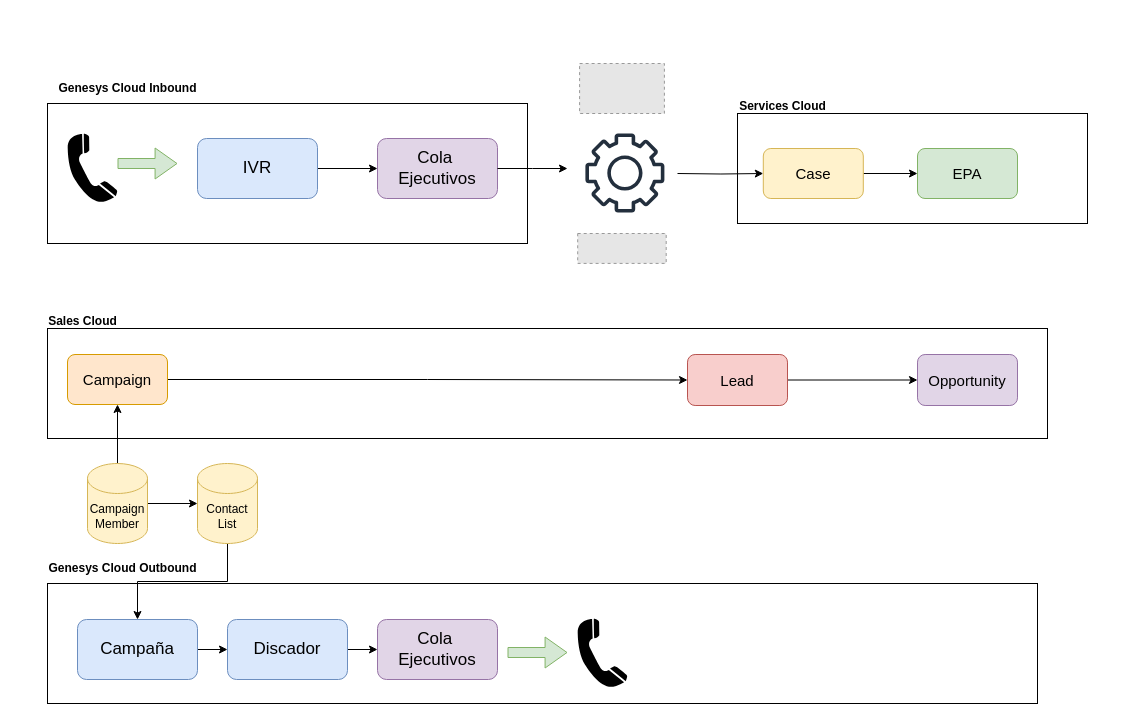
The draw.io diagram ppt.drawio in nonate/personalProject, before the edit. Source tidied: cells renumbered, new cells numbered last; positions are measured from the earlier drawing's top-left corner, leaving out a move shared by most shapes. Both pictures are drawn from the tidied source at 100%, with x=0, y=0 at pixel (37, 63). Pictures stored in the file or linked from it are replaced by grey dashed boxes.
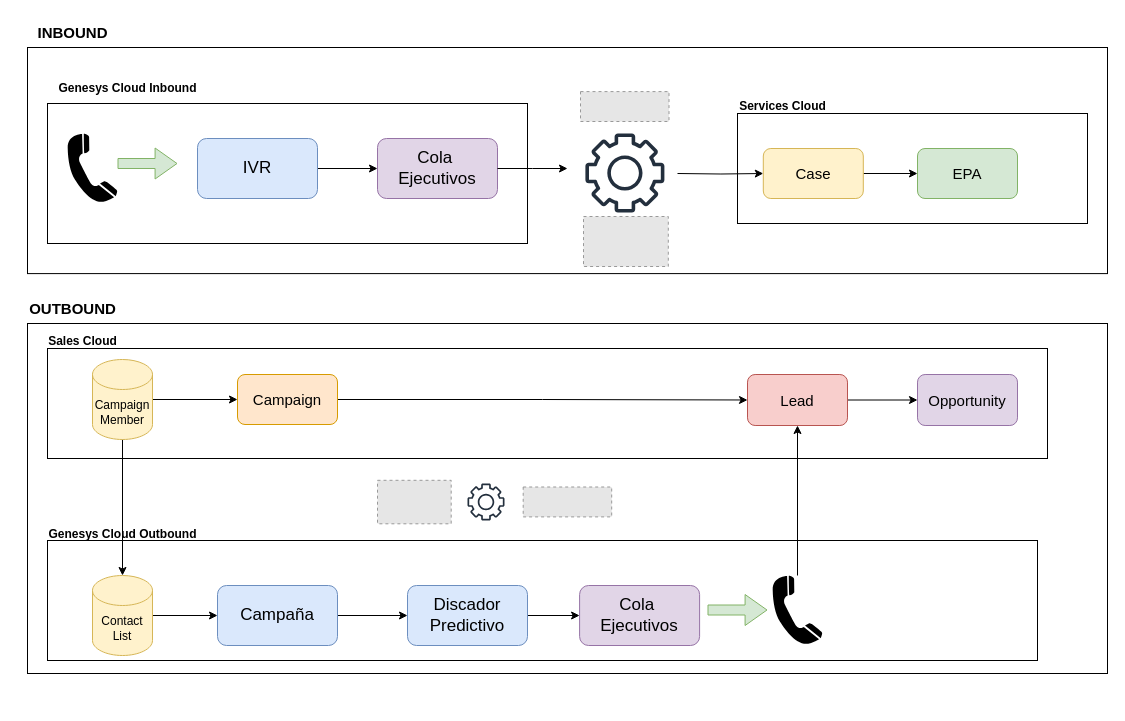
The same page after the edit.

Change to the diagram source:
```diff
@@
+    <mxCell id="40" style="rounded=0;whiteSpace=wrap;html=1;" parent="1" vertex="1">
+      <mxGeometry x="-10" y="-16" width="1080" height="226.1" as="geometry" />
+    </mxCell>
+    <mxCell id="41" style="rounded=0;whiteSpace=wrap;html=1;" parent="1" vertex="1">
+      <mxGeometry x="-10" y="260" width="1080" height="350" as="geometry" />
+    </mxCell>
     <mxCell id="2" style="rounded=0;whiteSpace=wrap;html=1;" parent="1" vertex="1">
-      <mxGeometry x="10" y="265" width="1000" height="110" as="geometry" />
+      <mxGeometry x="10" y="285" width="1000" height="110" as="geometry" />
     </mxCell>
@@
     <mxCell id="5" style="rounded=0;whiteSpace=wrap;html=1;" parent="1" vertex="1">
-      <mxGeometry x="10" y="520" width="990" height="120" as="geometry" />
+      <mxGeometry x="10" y="477" width="990" height="120" as="geometry" />
     </mxCell>
+    <mxCell id="42" style="edgeStyle=orthogonalEdgeStyle;rounded=0;jettySize=auto;html=1;entryX=0.5;entryY=1;entryDx=0;entryDy=0;" parent="1" edge="1" source="6" target="23">
+      <mxGeometry relative="1" as="geometry" />
+    </mxCell>
     <mxCell id="6" style="shape=mxgraph.signs.tech.telephone_3;html=1;fillColor=#000000;strokeColor=none;verticalLabelPosition=bottom;verticalAlign=top;align=center;" parent="1" vertex="1">
-      <mxGeometry x="540" y="555" width="50" height="70" as="geometry" />
+      <mxGeometry x="735" y="512" width="50" height="70" as="geometry" />
     </mxCell>
@@
     <mxCell id="9" value="&lt;b&gt;Genesys Cloud Outbound&lt;/b&gt;" style="text;html=1;align=center;verticalAlign=middle;strokeColor=none;fillColor=none;" parent="1" vertex="1">
-      <mxGeometry y="490" width="170" height="30" as="geometry" />
+      <mxGeometry y="456" width="170" height="30" as="geometry" />
     </mxCell>
     <mxCell id="10" style="shape=flexArrow;endArrow=classic;html=1;rounded=0;endWidth=20;endSize=6.97;fillColor=#d5e8d4;strokeColor=#82b366;" parent="1" edge="1">
       <mxGeometry relative="1" as="geometry">
-        <mxPoint x="470" y="589" as="sourcePoint" />
-        <mxPoint x="530" y="589" as="targetPoint" />
+        <mxPoint x="670" y="546.5" as="sourcePoint" />
+        <mxPoint x="730" y="546.5" as="targetPoint" />
       </mxGeometry>
     </mxCell>
@@
     <mxCell id="15" value="&lt;font style=&quot;font-size: 17px;&quot;&gt;Campaña&lt;/font&gt;" style="rounded=1;whiteSpace=wrap;html=1;fillColor=#dae8fc;strokeColor=#6c8ebf;" parent="1" vertex="1">
-      <mxGeometry x="40" y="556" width="120" height="60" as="geometry" />
+      <mxGeometry x="180" y="522" width="120" height="60" as="geometry" />
     </mxCell>
@@
-    <mxCell id="17" value="&lt;font style=&quot;font-size: 17px;&quot;&gt;Discador&lt;/font&gt;" style="rounded=1;whiteSpace=wrap;html=1;fillColor=#dae8fc;strokeColor=#6c8ebf;" parent="1" vertex="1">
-      <mxGeometry x="190" y="556" width="120" height="60" as="geometry" />
+    <mxCell id="17" value="&lt;font style=&quot;font-size: 17px;&quot;&gt;Discador&lt;br&gt;Predictivo&lt;br&gt;&lt;/font&gt;" style="rounded=1;whiteSpace=wrap;html=1;fillColor=#dae8fc;strokeColor=#6c8ebf;" parent="1" vertex="1">
+      <mxGeometry x="370" y="522" width="120" height="60" as="geometry" />
     </mxCell>
     <mxCell id="18" value="&lt;font style=&quot;font-size: 17px;&quot;&gt;Cola&amp;nbsp; Ejecutivos&lt;/font&gt;" style="rounded=1;whiteSpace=wrap;html=1;fillColor=#e1d5e7;strokeColor=#9673a6;" parent="1" vertex="1">
-      <mxGeometry x="340" y="556" width="120" height="60" as="geometry" />
+      <mxGeometry x="542.1" y="522" width="120" height="60" as="geometry" />
     </mxCell>
@@
     <mxCell id="21" value="&lt;font style=&quot;font-size: 15px;&quot;&gt;Campaign&lt;/font&gt;" style="rounded=1;whiteSpace=wrap;html=1;fillColor=#ffe6cc;strokeColor=#d79b00;" parent="1" vertex="1">
-      <mxGeometry x="30" y="291" width="100" height="50" as="geometry" />
+      <mxGeometry x="200" y="311" width="100" height="50" as="geometry" />
     </mxCell>
@@
     <mxCell id="23" value="&lt;font style=&quot;font-size: 15px;&quot;&gt;Lead&lt;/font&gt;" style="rounded=1;whiteSpace=wrap;html=1;fillColor=#f8cecc;strokeColor=#b85450;" parent="1" vertex="1">
-      <mxGeometry x="650" y="291" width="100" height="51" as="geometry" />
+      <mxGeometry x="710" y="311" width="100" height="51" as="geometry" />
     </mxCell>
     <mxCell id="24" value="&lt;font style=&quot;font-size: 15px;&quot;&gt;Opportunity&lt;/font&gt;" style="rounded=1;whiteSpace=wrap;html=1;fillColor=#e1d5e7;strokeColor=#9673a6;" parent="1" vertex="1">
-      <mxGeometry x="880" y="291" width="100" height="51" as="geometry" />
+      <mxGeometry x="880" y="311" width="100" height="51" as="geometry" />
     </mxCell>
@@
     <mxCell id="31" style="fillColor=#E6E6E6;strokeColor=#999999;dashed=1;verticalLabelPosition=bottom;labelBackgroundColor=default;verticalAlign=top;" parent="1" vertex="1">
-      <mxGeometry x="542.1" width="84.8" height="50" as="geometry" />
+      <mxGeometry x="546" y="153" width="84.8" height="50" as="geometry" />
     </mxCell>
     <mxCell id="32" style="fillColor=#E6E6E6;strokeColor=#999999;dashed=1;verticalLabelPosition=bottom;labelBackgroundColor=default;verticalAlign=top;" parent="1" vertex="1">
-      <mxGeometry x="540.2" y="170" width="88.5" height="29.9" as="geometry" />
+      <mxGeometry x="543" y="28.1" width="88.5" height="29.9" as="geometry" />
     </mxCell>
@@
     <mxCell id="34" value="&lt;b&gt;Sales Cloud&lt;/b&gt;" style="text;html=1;align=center;verticalAlign=middle;strokeColor=none;fillColor=none;" parent="1" vertex="1">
-      <mxGeometry y="243" width="90" height="30" as="geometry" />
+      <mxGeometry y="263" width="90" height="30" as="geometry" />
     </mxCell>
@@
-    <mxCell id="36" style="edgeStyle=orthogonalEdgeStyle;rounded=0;jettySize=auto;html=1;entryX=0;entryY=0.5;entryDx=0;entryDy=0;entryPerimeter=0;" parent="1" edge="1" source="37" target="39">
+    <mxCell id="36" style="edgeStyle=orthogonalEdgeStyle;rounded=0;jettySize=auto;html=1;" parent="1" edge="1" source="37" target="39">
       <mxGeometry relative="1" as="geometry" />
     </mxCell>
     <mxCell id="37" value="Campaign&lt;br&gt;Member" style="shape=cylinder3;whiteSpace=wrap;html=1;boundedLbl=1;backgroundOutline=1;size=15;fillColor=#fff2cc;strokeColor=#d6b656;" parent="1" vertex="1">
-      <mxGeometry x="50" y="400" width="60" height="80" as="geometry" />
+      <mxGeometry x="55" y="296" width="60" height="80" as="geometry" />
     </mxCell>
@@
     <mxCell id="39" value="Contact&lt;br&gt;List" style="shape=cylinder3;whiteSpace=wrap;html=1;boundedLbl=1;backgroundOutline=1;size=15;fillColor=#fff2cc;strokeColor=#d6b656;" parent="1" vertex="1">
-      <mxGeometry x="160" y="400" width="60" height="80" as="geometry" />
+      <mxGeometry x="55" y="512" width="60" height="80" as="geometry" />
     </mxCell>
+    <mxCell id="43" style="sketch=0;fontColor=#232F3E;gradientColor=none;fillColor=#232F3D;strokeColor=none;dashed=0;verticalLabelPosition=bottom;verticalAlign=top;align=center;html=1;fontSize=12;fontStyle=0;shape=mxgraph.aws4.gear;" parent="1" vertex="1">
+      <mxGeometry x="430" y="420" width="37" height="37" as="geometry" />
+    </mxCell>
+    <mxCell id="44" style="fillColor=#E6E6E6;strokeColor=#999999;dashed=1;verticalLabelPosition=bottom;labelBackgroundColor=default;verticalAlign=top;" parent="1" vertex="1">
+      <mxGeometry x="340" y="416.8" width="73.7" height="43.5" as="geometry" />
+    </mxCell>
+    <mxCell id="45" style="fillColor=#E6E6E6;strokeColor=#999999;dashed=1;verticalLabelPosition=bottom;labelBackgroundColor=default;verticalAlign=top;" parent="1" vertex="1">
+      <mxGeometry x="485.7" y="423.5" width="88.5" height="29.9" as="geometry" />
+    </mxCell>
+    <mxCell id="46" value="INBOUND" style="text;html=1;align=center;verticalAlign=middle;strokeColor=none;fillColor=none;fontStyle=1;fontSize=15;" parent="1" vertex="1">
+      <mxGeometry x="-10" y="-46" width="90" height="30" as="geometry" />
+    </mxCell>
+    <mxCell id="47" value="OUTBOUND" style="text;html=1;align=center;verticalAlign=middle;strokeColor=none;fillColor=none;fontStyle=1;fontSize=15;" parent="1" vertex="1">
+      <mxGeometry x="-20" y="230" width="110" height="30" as="geometry" />
+    </mxCell>
```
